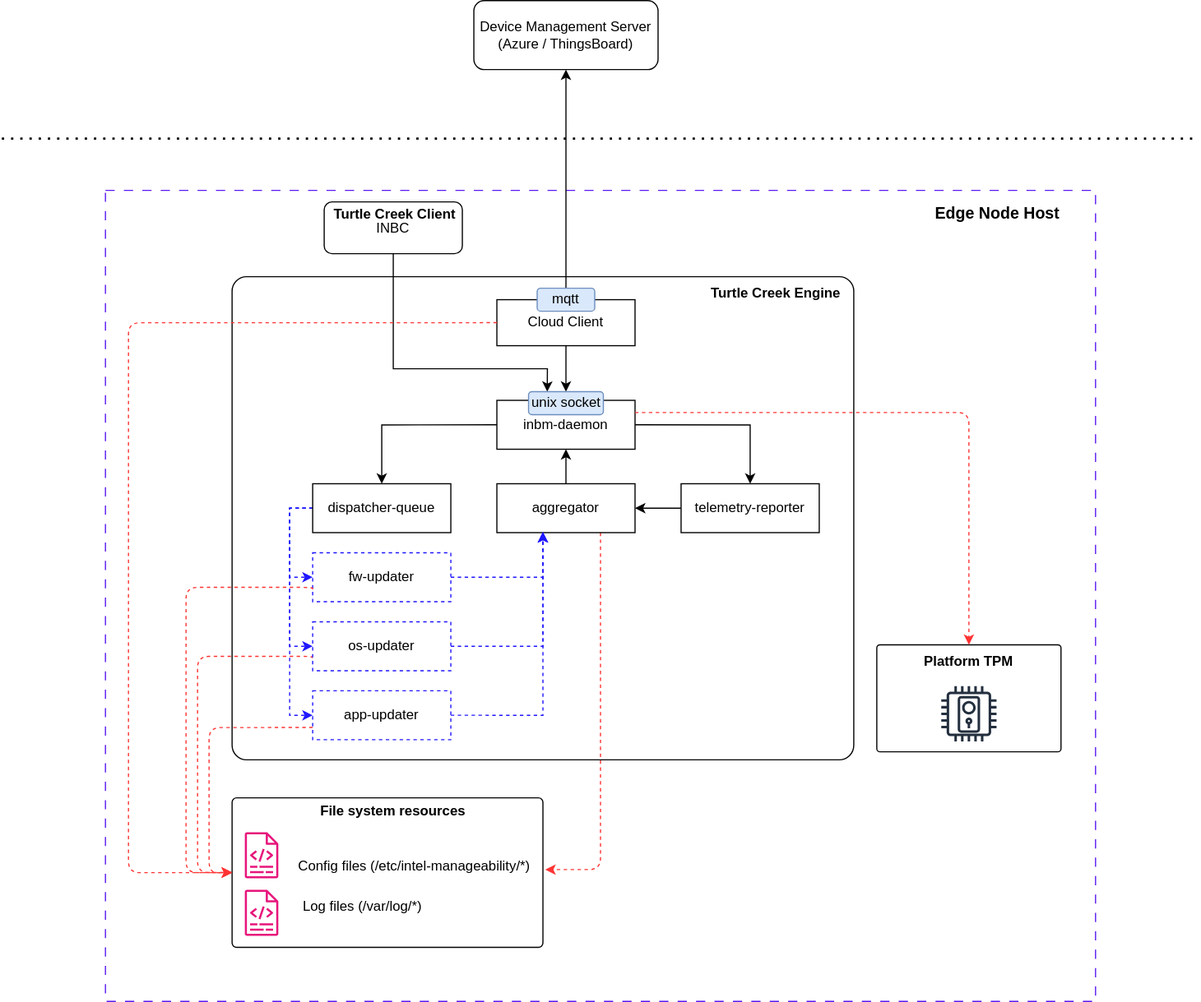
The draw.io diagram INBMv5-architecture.svg in intel/intel-inb-manageability, before a commit. Source tidied: cells renumbered, new cells last; positions are measured from the earlier drawing's top-left corner, leaving out a move shared by most shapes.
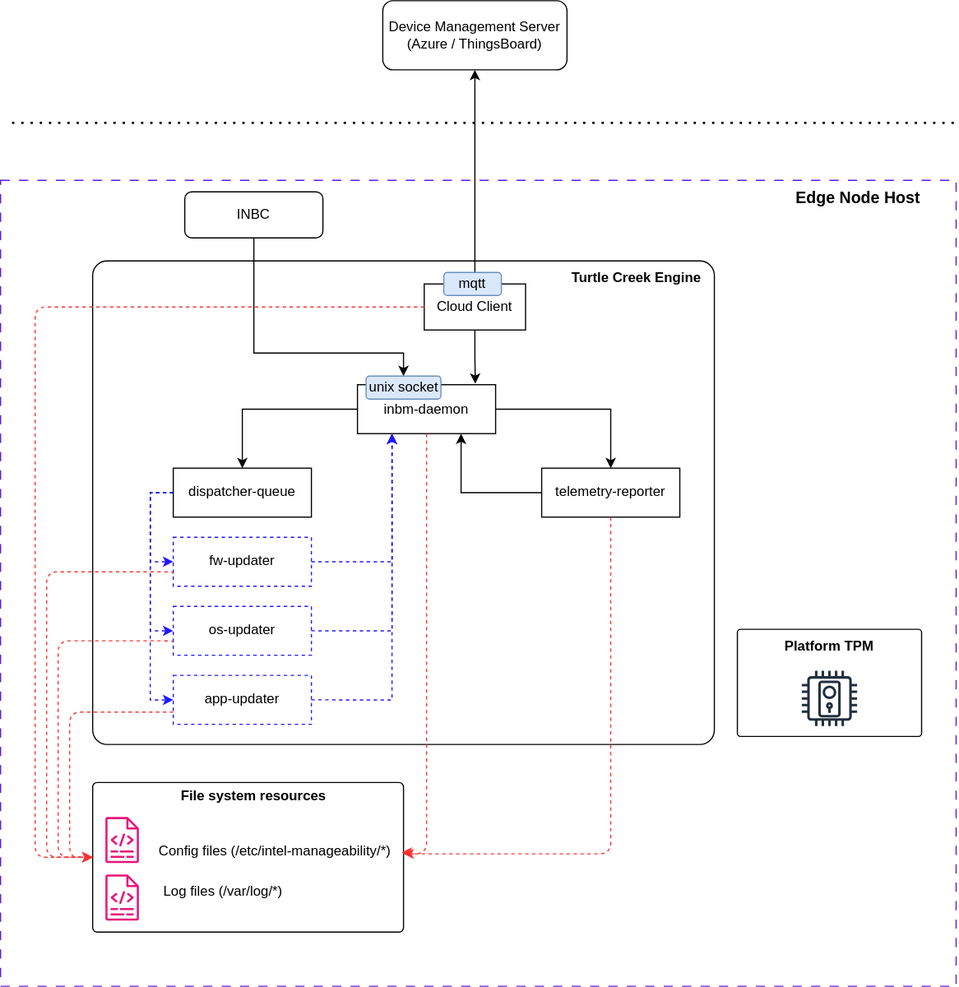
The same diagram one commit later.

Commit message:
Updates to arch and removal of aggregator

What changed in the source:
```diff
@@ -3,18 +3,18 @@
     <mxCell id="0" />
     <mxCell id="1" parent="0" />
     <mxCell id="2" style="shape=mxgraph.basic.rect;&#10;fillColor=none;&#10;strokeColor=#000000;&#10;strokeWidth=1;&#10;strokeDasharray=5,5;dashed=1;dashPattern=8 8;strokeColor=light-dark(#5918f2, #ededed);" parent="1" vertex="1">
-      <mxGeometry x="90" y="165" width="860" height="705" as="geometry" />
+      <mxGeometry x="120" y="170" width="830" height="700" as="geometry" />
     </mxCell>
     <mxCell id="3" style="rounded=1;whiteSpace=wrap;html=1;arcSize=3;" parent="1" vertex="1">
       <mxGeometry x="200" y="240" width="540" height="420" as="geometry" />
     </mxCell>
     <mxCell id="4" value="Device Management Server&lt;div&gt;(Azure / ThingsBoard)&lt;/div&gt;" style="rounded=1;whiteSpace=wrap;html=1;" parent="1" vertex="1">
-      <mxGeometry x="410" width="160" height="60" as="geometry" />
+      <mxGeometry x="452" y="14" width="160" height="60" as="geometry" />
     </mxCell>
     <mxCell id="5" style="endArrow=none;dashed=1;html=1;dashPattern=1 3;strokeWidth=2;rounded=0;" parent="1" edge="1">
       <mxGeometry relative="1" as="geometry">
-        <mxPoint y="120" as="sourcePoint" />
-        <mxPoint x="1040" y="120" as="targetPoint" />
+        <mxPoint x="130" y="120" as="sourcePoint" />
+        <mxPoint x="950" y="120" as="targetPoint" />
       </mxGeometry>
     </mxCell>
     <mxCell id="6" value="Turtle Creek Engine" style="text;html=1;align=center;verticalAlign=middle;whiteSpace=wrap;rounded=0;fontStyle=1;" parent="1" vertex="1">
@@ -26,25 +26,25 @@
     <mxCell id="8" style="edgeStyle=orthogonalEdgeStyle;rounded=0;jettySize=auto;html=1;entryX=0.5;entryY=1;entryDx=0;entryDy=0;" parent="1" edge="1" source="10" target="4">
       <mxGeometry relative="1" as="geometry" />
     </mxCell>
-    <mxCell id="9" style="edgeStyle=orthogonalEdgeStyle;rounded=0;jettySize=auto;html=1;exitX=0.5;exitY=1;exitDx=0;exitDy=0;entryX=0.5;entryY=0;entryDx=0;entryDy=0;" parent="1" edge="1" source="10" target="18">
-      <mxGeometry relative="1" as="geometry" />
-    </mxCell>
+    <mxCell id="50" style="edgeStyle=orthogonalEdgeStyle;rounded=0;jettySize=auto;html=1;exitX=0.5;exitY=1;exitDx=0;exitDy=0;entryX=0.853;entryY=-0.021;entryDx=0;entryDy=0;entryPerimeter=0;" parent="1" edge="1" source="10" target="17">
+      <mxGeometry relative="1" as="geometry" />
+    </mxCell>
     <mxCell id="10" value="Cloud Client" style="rounded=0;whiteSpace=wrap;html=1;" parent="1" vertex="1">
-      <mxGeometry x="430" y="260" width="120" height="40" as="geometry" />
+      <mxGeometry x="488" y="260" width="88" height="40" as="geometry" />
     </mxCell>
     <mxCell id="11" value="mqtt" style="rounded=1;whiteSpace=wrap;html=1;fillColor=#dae8fc;strokeColor=#6c8ebf;" parent="1" vertex="1">
-      <mxGeometry x="465" y="250" width="50" height="20" as="geometry" />
+      <mxGeometry x="505" y="250" width="50" height="20" as="geometry" />
     </mxCell>
-    <mxCell id="12" style="edgeStyle=orthogonalEdgeStyle;rounded=0;jettySize=auto;html=1;exitX=0.5;exitY=1;exitDx=0;exitDy=0;entryX=0.25;entryY=0;entryDx=0;entryDy=0;" parent="1" edge="1" source="13" target="18">
+    <mxCell id="12" style="edgeStyle=orthogonalEdgeStyle;rounded=0;jettySize=auto;html=1;exitX=0.5;exitY=1;exitDx=0;exitDy=0;entryX=0.5;entryY=0;entryDx=0;entryDy=0;" parent="1" edge="1" source="13" target="18">
       <mxGeometry relative="1" as="geometry">
         <Array as="points">
           <mxPoint x="340" y="320" />
-          <mxPoint x="474" y="320" />
+          <mxPoint x="470" y="320" />
         </Array>
       </mxGeometry>
     </mxCell>
     <mxCell id="13" value="INBC" style="rounded=1;whiteSpace=wrap;html=1;" parent="1" vertex="1">
-      <mxGeometry x="280" y="175" width="120" height="45" as="geometry" />
+      <mxGeometry x="280" y="180" width="120" height="40" as="geometry" />
     </mxCell>
     <mxCell id="14" style="edgeStyle=orthogonalEdgeStyle;rounded=0;jettySize=auto;html=1;exitX=1;exitY=0.5;exitDx=0;exitDy=0;entryX=0.5;entryY=0;entryDx=0;entryDy=0;" parent="1" edge="1" source="17" target="26">
       <mxGeometry relative="1" as="geometry" />
@@ -52,18 +52,11 @@
     <mxCell id="15" style="edgeStyle=orthogonalEdgeStyle;rounded=0;jettySize=auto;html=1;exitX=0;exitY=0.5;exitDx=0;exitDy=0;entryX=0.5;entryY=0;entryDx=0;entryDy=0;" parent="1" edge="1" source="17" target="22">
       <mxGeometry relative="1" as="geometry" />
     </mxCell>
-    <mxCell id="16" style="edgeStyle=orthogonalEdgeStyle;rounded=1;jettySize=auto;html=1;exitX=0.75;exitY=1;exitDx=0;exitDy=0;curved=0;dashed=1;strokeColor=#FF3333;entryX=1.054;entryY=0.58;entryDx=0;entryDy=0;entryPerimeter=0;" parent="1" edge="1" source="24" target="41">
-      <mxGeometry relative="1" as="geometry">
-        <Array as="points">
-          <mxPoint x="520" y="755" />
-        </Array>
-      </mxGeometry>
-    </mxCell>
     <mxCell id="17" value="inbm-daemon" style="rounded=0;whiteSpace=wrap;html=1;" parent="1" vertex="1">
       <mxGeometry x="430" y="347.5" width="120" height="42.5" as="geometry" />
     </mxCell>
     <mxCell id="18" value="unix socket" style="rounded=1;whiteSpace=wrap;html=1;fillColor=#dae8fc;strokeColor=#6c8ebf;" parent="1" vertex="1">
-      <mxGeometry x="457.5" y="340" width="65" height="20" as="geometry" />
+      <mxGeometry x="437.5" y="340" width="65" height="20" as="geometry" />
     </mxCell>
     <mxCell id="19" style="edgeStyle=orthogonalEdgeStyle;rounded=0;jettySize=auto;html=1;exitX=0;exitY=0.5;exitDx=0;exitDy=0;entryX=0;entryY=0.5;entryDx=0;entryDy=0;dashed=1;strokeColor=#1F17FF;" parent="1" edge="1" source="22" target="27">
       <mxGeometry relative="1" as="geometry" />
@@ -77,13 +70,7 @@
     <mxCell id="22" value="dispatcher-queue" style="rounded=0;whiteSpace=wrap;html=1;" parent="1" vertex="1">
       <mxGeometry x="270" y="420" width="120" height="42.5" as="geometry" />
     </mxCell>
-    <mxCell id="23" style="edgeStyle=orthogonalEdgeStyle;rounded=0;jettySize=auto;html=1;exitX=0.5;exitY=0;exitDx=0;exitDy=0;entryX=0.5;entryY=1;entryDx=0;entryDy=0;" parent="1" edge="1" source="24" target="17">
-      <mxGeometry relative="1" as="geometry" />
-    </mxCell>
-    <mxCell id="24" value="aggregator" style="rounded=0;whiteSpace=wrap;html=1;" parent="1" vertex="1">
-      <mxGeometry x="430" y="420" width="120" height="42.5" as="geometry" />
-    </mxCell>
-    <mxCell id="25" style="edgeStyle=orthogonalEdgeStyle;rounded=0;jettySize=auto;html=1;exitX=0;exitY=0.5;exitDx=0;exitDy=0;entryX=1;entryY=0.5;entryDx=0;entryDy=0;" parent="1" edge="1" source="26" target="24">
+    <mxCell id="25" style="edgeStyle=orthogonalEdgeStyle;rounded=0;jettySize=auto;html=1;exitX=0;exitY=0.5;exitDx=0;exitDy=0;entryX=0.75;entryY=1;entryDx=0;entryDy=0;" parent="1" edge="1" source="26" target="17">
       <mxGeometry relative="1" as="geometry" />
     </mxCell>
     <mxCell id="26" value="telemetry-reporter" style="rounded=0;whiteSpace=wrap;html=1;" parent="1" vertex="1">
@@ -115,32 +102,14 @@
     <mxCell id="31" value="app-updater" style="rounded=0;whiteSpace=wrap;html=1;dashed=1;strokeColor=light-dark(#1F17FF,#EDEDED);" parent="1" vertex="1">
       <mxGeometry x="270" y="600" width="120" height="42.5" as="geometry" />
     </mxCell>
-    <mxCell id="32" style="edgeStyle=orthogonalEdgeStyle;rounded=0;jettySize=auto;html=1;exitX=1;exitY=0.5;exitDx=0;exitDy=0;dashed=1;strokeColor=#1F17FF;" parent="1" edge="1" source="27">
-      <mxGeometry relative="1" as="geometry">
-        <mxPoint x="470" y="463" as="targetPoint" />
-        <Array as="points">
-          <mxPoint x="470" y="501" />
-          <mxPoint x="470" y="462" />
-        </Array>
-      </mxGeometry>
+    <mxCell id="32" style="edgeStyle=orthogonalEdgeStyle;rounded=0;jettySize=auto;html=1;exitX=1;exitY=0.5;exitDx=0;exitDy=0;entryX=0.25;entryY=1;entryDx=0;entryDy=0;dashed=1;strokeColor=#1F17FF;" parent="1" edge="1" source="27" target="17">
+      <mxGeometry relative="1" as="geometry" />
     </mxCell>
-    <mxCell id="33" style="edgeStyle=orthogonalEdgeStyle;rounded=0;jettySize=auto;html=1;exitX=1;exitY=0.5;exitDx=0;exitDy=0;dashed=1;strokeColor=#1F17FF;" parent="1" edge="1" source="29">
-      <mxGeometry relative="1" as="geometry">
-        <mxPoint x="470" y="463" as="targetPoint" />
-        <Array as="points">
-          <mxPoint x="470" y="561" />
-          <mxPoint x="470" y="462" />
-        </Array>
-      </mxGeometry>
+    <mxCell id="33" style="edgeStyle=orthogonalEdgeStyle;rounded=0;jettySize=auto;html=1;exitX=1;exitY=0.5;exitDx=0;exitDy=0;dashed=1;strokeColor=#1F17FF;entryX=0.25;entryY=1;entryDx=0;entryDy=0;" parent="1" edge="1" source="29" target="17">
+      <mxGeometry relative="1" as="geometry" />
     </mxCell>
-    <mxCell id="34" style="edgeStyle=orthogonalEdgeStyle;rounded=0;jettySize=auto;html=1;exitX=1;exitY=0.5;exitDx=0;exitDy=0;dashed=1;strokeColor=#1F17FF;" parent="1" edge="1" source="31">
-      <mxGeometry relative="1" as="geometry">
-        <mxPoint x="470" y="463" as="targetPoint" />
-        <Array as="points">
-          <mxPoint x="470" y="621" />
-          <mxPoint x="470" y="462" />
-        </Array>
-      </mxGeometry>
+    <mxCell id="34" style="edgeStyle=orthogonalEdgeStyle;rounded=0;jettySize=auto;html=1;exitX=1;exitY=0.5;exitDx=0;exitDy=0;dashed=1;strokeColor=#1F17FF;entryX=0.25;entryY=1;entryDx=0;entryDy=0;" parent="1" edge="1" source="31" target="17">
+      <mxGeometry relative="1" as="geometry" />
     </mxCell>
     <mxCell id="35" style="group;" parent="1" vertex="1">
       <mxGeometry x="200" y="690" width="270" height="133" as="geometry" />
@@ -178,18 +147,11 @@
     <mxCell id="46" style="edgeStyle=orthogonalEdgeStyle;rounded=1;jettySize=auto;html=1;exitX=0;exitY=0.5;exitDx=0;exitDy=0;entryX=0;entryY=0.5;entryDx=0;entryDy=0;curved=0;strokeColor=#FF3333;dashed=1;" parent="1" edge="1" source="10" target="36">
       <mxGeometry relative="1" as="geometry">
         <Array as="points">
-          <mxPoint x="110" y="280" />
-          <mxPoint x="110" y="758" />
+          <mxPoint x="150" y="280" />
+          <mxPoint x="150" y="758" />
         </Array>
       </mxGeometry>
     </mxCell>
-    <mxCell id="47" style="edgeStyle=orthogonalEdgeStyle;rounded=1;jettySize=auto;html=1;exitX=1;exitY=0.25;exitDx=0;exitDy=0;entryX=0.5;entryY=0;entryDx=0;entryDy=0;curved=0;strokeColor=#FF3333;dashed=1;" parent="1" edge="1" source="17" target="45">
-      <mxGeometry relative="1" as="geometry">
-        <Array as="points">
-          <mxPoint x="840" y="358" />
-        </Array>
-      </mxGeometry>
-    </mxCell>
     <mxCell id="48" style="edgeStyle=orthogonalEdgeStyle;rounded=1;jettySize=auto;html=1;exitX=0;exitY=0.75;exitDx=0;exitDy=0;entryX=0;entryY=0.5;entryDx=0;entryDy=0;curved=0;strokeColor=#FF3333;dashed=1;" parent="1" edge="1" source="27" target="36">
       <mxGeometry relative="1" as="geometry">
         <Array as="points">
@@ -199,8 +161,22 @@
         </Array>
       </mxGeometry>
     </mxCell>
-    <mxCell id="49" value="Turtle Creek Client" style="text;html=1;align=center;verticalAlign=middle;whiteSpace=wrap;rounded=0;fontStyle=1;" parent="1" vertex="1">
-      <mxGeometry x="278.5" y="171" width="125" height="30" as="geometry" />
-    </mxCell>
+    <mxCell id="51" style="edgeStyle=orthogonalEdgeStyle;rounded=1;jettySize=auto;html=1;exitX=0.5;exitY=1;exitDx=0;exitDy=0;curved=0;strokeColor=#FF3333;dashed=1;" parent="1" edge="1" source="26">
+      <mxGeometry relative="1" as="geometry">
+        <mxPoint x="470" y="755" as="targetPoint" />
+        <Array as="points">
+          <mxPoint x="650" y="755" />
+        </Array>
+      </mxGeometry>
+    </mxCell>
+    <mxCell id="52" style="edgeStyle=orthogonalEdgeStyle;rounded=1;jettySize=auto;html=1;exitX=0.5;exitY=1;exitDx=0;exitDy=0;curved=0;strokeColor=#FF3333;dashed=1;entryX=1.036;entryY=0.527;entryDx=0;entryDy=0;entryPerimeter=0;" parent="1" edge="1" source="17" target="41">
+      <mxGeometry relative="1" as="geometry">
+        <Array as="points">
+          <mxPoint x="490" y="755" />
+          <mxPoint x="470" y="755" />
+          <mxPoint x="470" y="754" />
+        </Array>
+      </mxGeometry>
+    </mxCell>
   </root>
 </mxGraphModel>
```
